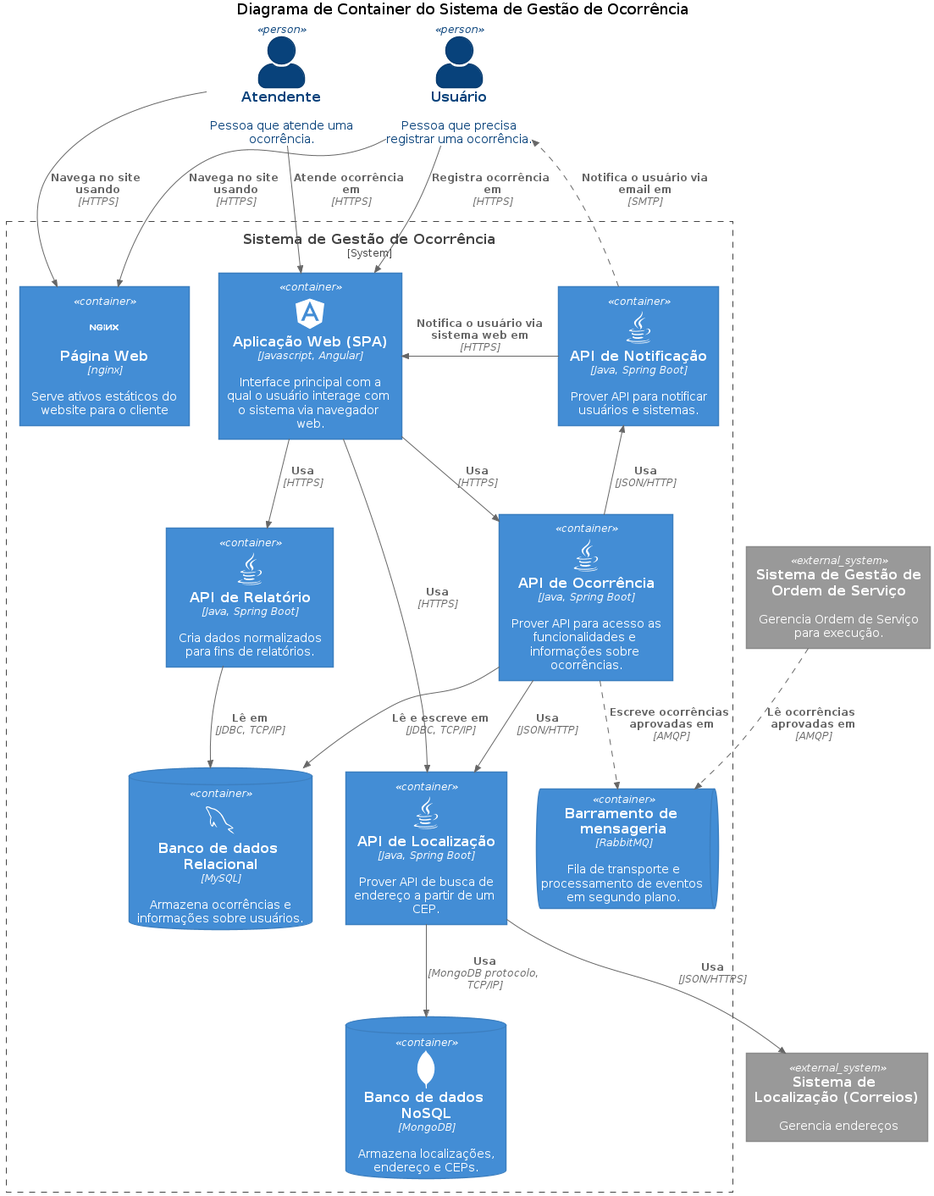
thiaguten/sistema-gestao-ocorrencia keeps this PlantUML diagram as docs/diagramas/SGO_C4_Container.png. Above is the earlier version.
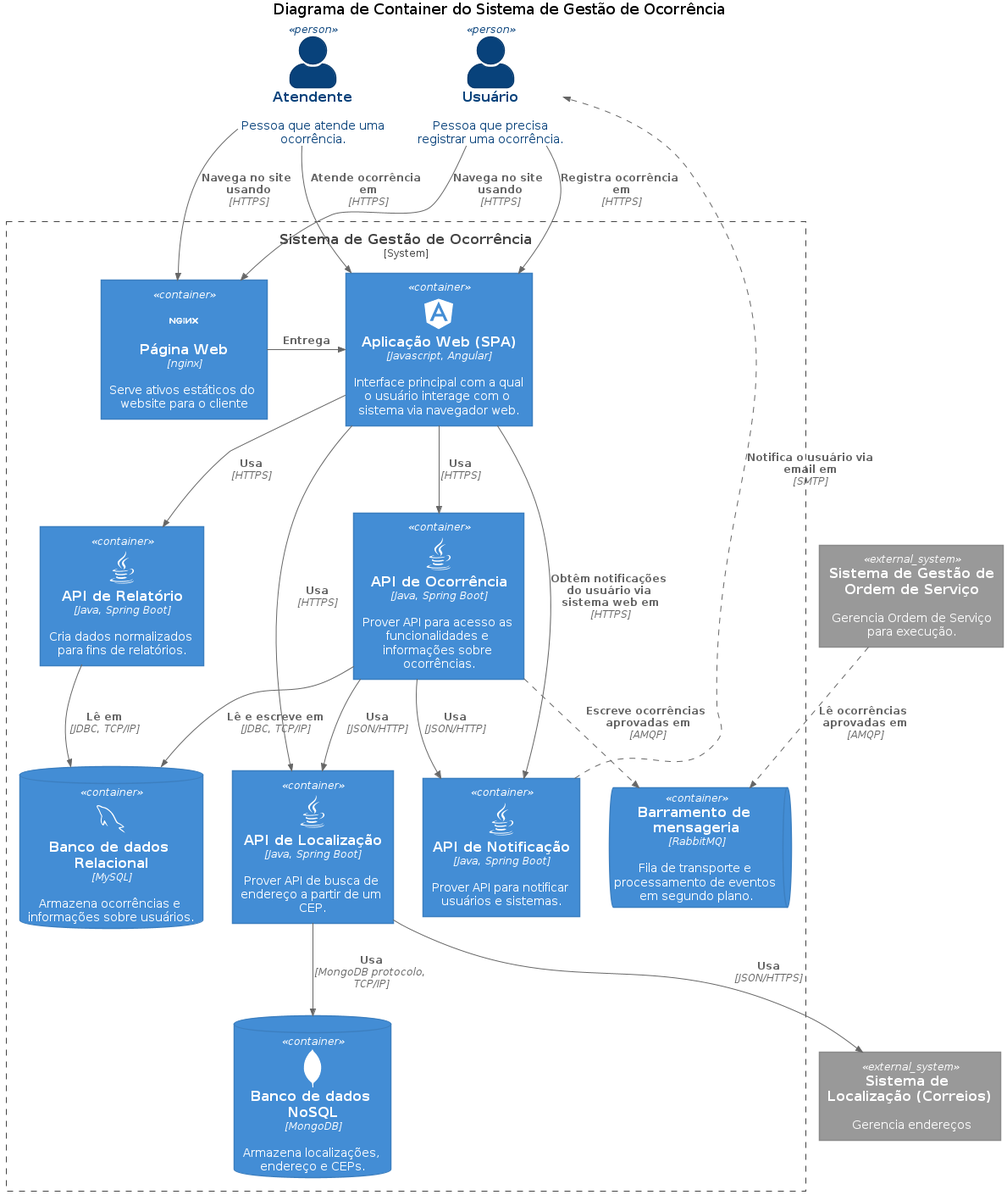
Later version of the same file.

Commit message:
Atualização do diagrama de container

The edit, as a diff of the source:
```diff
@@ -34,6 +34,7 @@
     ContainerDb(db_nosql, "Banco de dados NoSQL", "MongoDB", "Armazena localizações, endereço e CEPs.", $sprite="mongodb")
     ContainerQueue(queue, "Barramento de mensageria", "RabbitMQ", "Fila de transporte e processamento de eventos em segundo plano.")
 
+    Rel_R(nginx, spa, "Entrega", "")
     Rel(spa, api_localizacao, "Usa", "HTTPS")
     Rel(spa, api_ocorrencia, "Usa", "HTTPS")
     Rel(spa, api_relatorio, "Usa", "HTTPS")
@@ -51,9 +52,11 @@
 Rel(sistema_os, queue, "Lê ocorrências aprovadas em", "AMQP", $tags = "async")
 Rel(api_localizacao, sistema_correios, "Usa", "JSON/HTTPS")
 Rel(api_notificacao, usuario, "Notifica o usuário via email em", "SMTP", $tags = "async")
-Rel_R(api_notificacao, spa, "Notifica o usuário via sistema web em", "HTTPS")
+Rel(spa, api_notificacao, "Obtêm notificações do usuário via sistema web em", "HTTPS")
 
 Lay_L(usuario, atendente)
 Lay_R(usuario, atendente)
+Lay_L(api_notificacao, api_ocorrencia)
+Lay_R(api_notificacao, api_ocorrencia)
 
 @enduml
```
